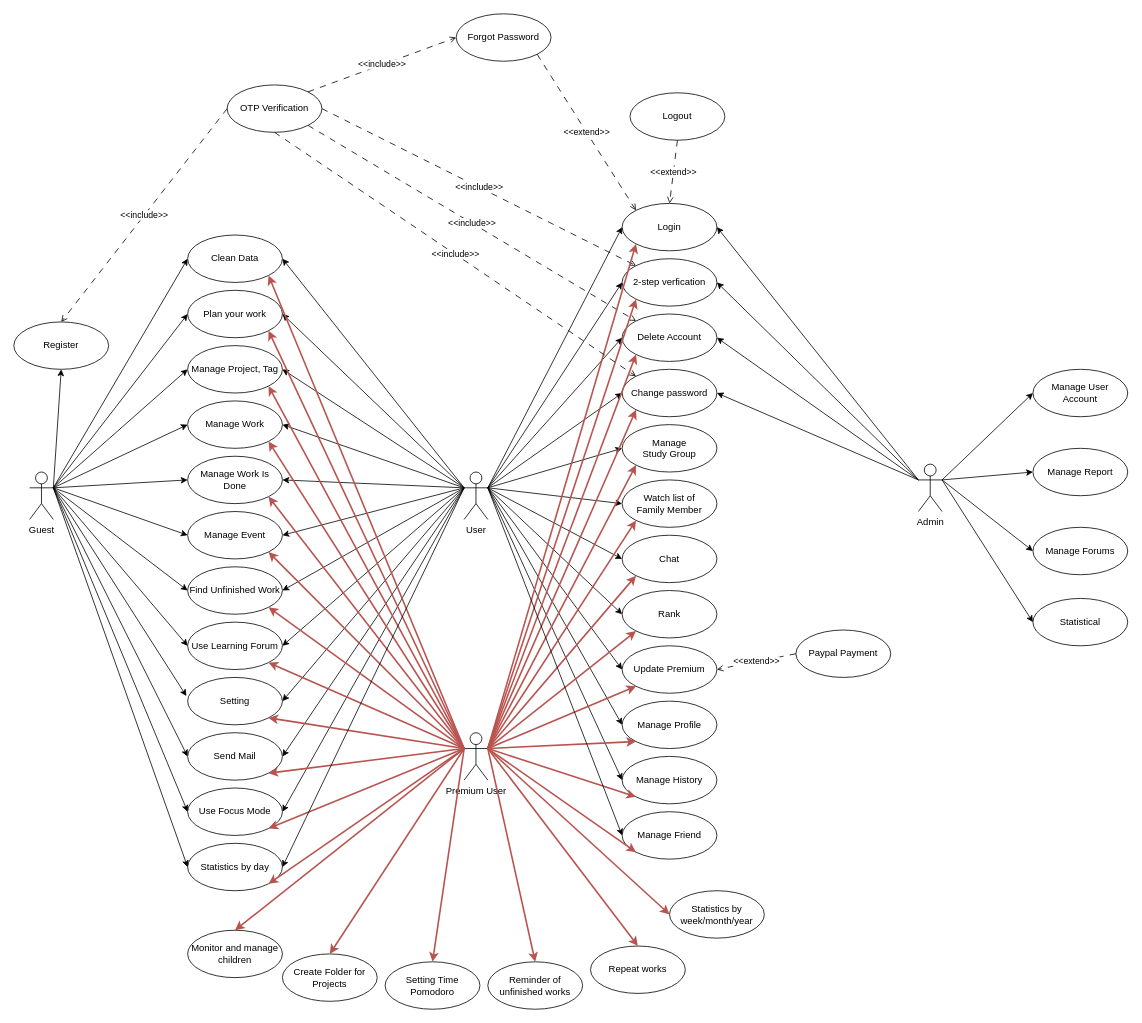
Above: UseCase/UseCase.drawio in Enochhhh/AppSmartStudyHub (draw.io), before the change. Source tidied: cells renumbered, new cells numbered last; positions are measured from the earlier drawing's top-left corner, leaving out a move shared by most shapes. Both pictures are drawn from the tidied source at 79%, with x=0, y=0 at pixel (13, 13).
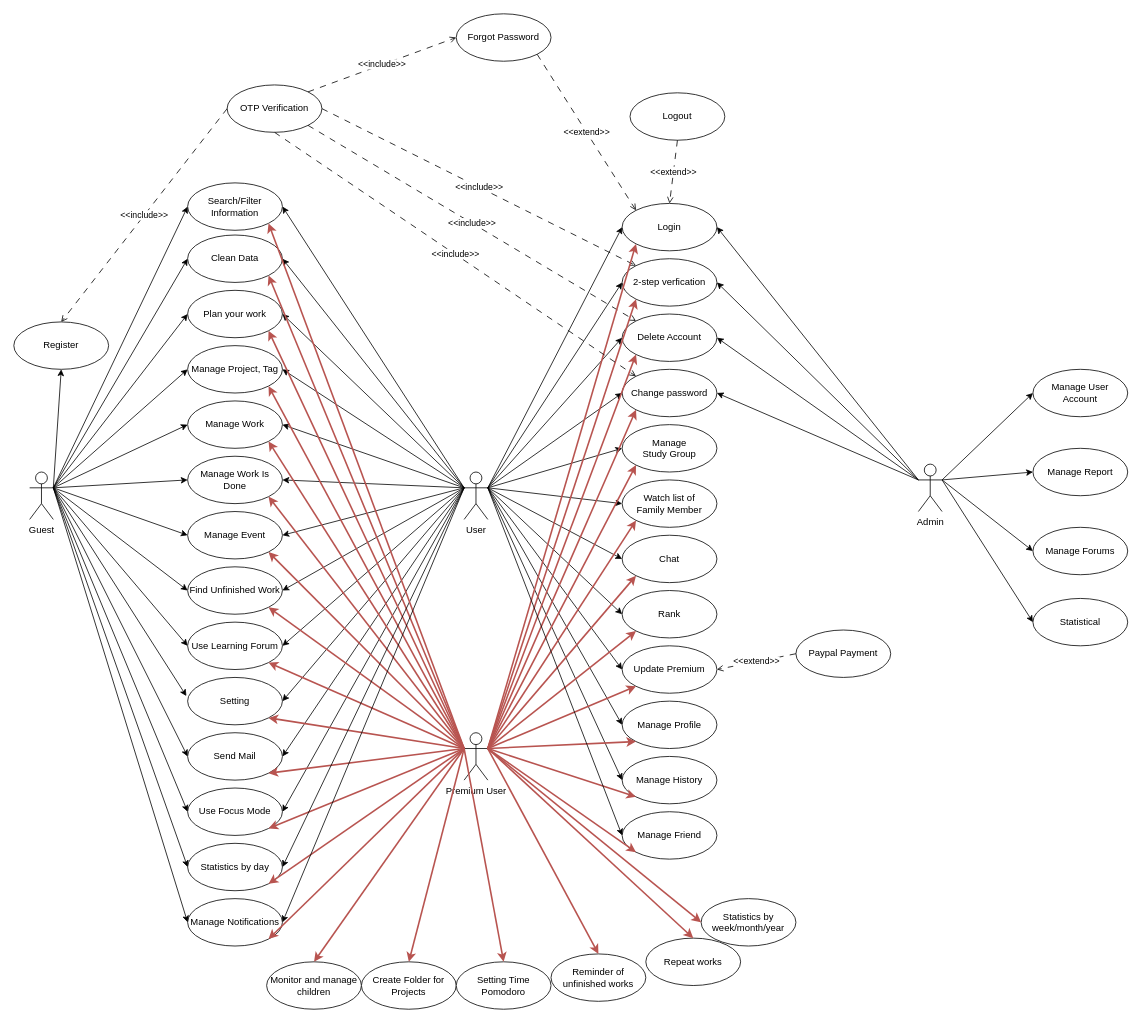
The same diagram, later.

Commit message (it also covers changes not shown here):
Update Use Case

Unchanged cells that the change refers to:
```xml
<mxCell id="2" value="Guest&lt;br&gt;" style="shape=umlActor;verticalLabelPosition=bottom;verticalAlign=top;html=1;outlineConnect=0;" parent="1" vertex="1">
  <mxGeometry x="20" y="580" width="30" height="60" as="geometry" />
</mxCell>
<mxCell id="3" value="User" style="shape=umlActor;verticalLabelPosition=bottom;verticalAlign=top;html=1;outlineConnect=0;" parent="1" vertex="1">
  <mxGeometry x="570" y="580" width="30" height="60" as="geometry" />
</mxCell>
<mxCell id="4" value="Premium User" style="shape=umlActor;verticalLabelPosition=bottom;verticalAlign=top;html=1;outlineConnect=0;" parent="1" vertex="1">
  <mxGeometry x="570" y="910" width="30" height="60" as="geometry" />
</mxCell>
```

The edit, as a diff of the source:
```diff
@@
     <mxCell id="108" value="Monitor and manage&lt;br&gt;children" style="ellipse;whiteSpace=wrap;html=1;" parent="1" vertex="1">
-      <mxGeometry x="220" y="1160" width="120" height="60" as="geometry" />
+      <mxGeometry x="320" y="1200" width="120" height="60" as="geometry" />
     </mxCell>
@@
     <mxCell id="114" value="Create Folder for&lt;br&gt;Projects" style="ellipse;whiteSpace=wrap;html=1;" parent="1" vertex="1">
-      <mxGeometry x="340" y="1190" width="120" height="60" as="geometry" />
+      <mxGeometry x="440" y="1200" width="120" height="60" as="geometry" />
     </mxCell>
@@
     <mxCell id="116" value="Setting Time&lt;br&gt;Pomodoro" style="ellipse;whiteSpace=wrap;html=1;" parent="1" vertex="1">
-      <mxGeometry x="470" y="1200" width="120" height="60" as="geometry" />
+      <mxGeometry x="560" y="1200" width="120" height="60" as="geometry" />
     </mxCell>
@@
     <mxCell id="118" value="Reminder of&lt;br&gt;unfinished works" style="ellipse;whiteSpace=wrap;html=1;" parent="1" vertex="1">
-      <mxGeometry x="600" y="1200" width="120" height="60" as="geometry" />
+      <mxGeometry x="680" y="1190" width="120" height="60" as="geometry" />
     </mxCell>
@@
     <mxCell id="120" value="Repeat works" style="ellipse;whiteSpace=wrap;html=1;" parent="1" vertex="1">
-      <mxGeometry x="730" y="1180" width="120" height="60" as="geometry" />
+      <mxGeometry x="800" y="1170" width="120" height="60" as="geometry" />
     </mxCell>
@@
     <mxCell id="125" value="Statistics by week/month/year" style="ellipse;whiteSpace=wrap;html=1;" parent="1" vertex="1">
-      <mxGeometry x="830" y="1110" width="120" height="60" as="geometry" />
+      <mxGeometry x="870" y="1120" width="120" height="60" as="geometry" />
     </mxCell>
@@
+    <mxCell id="128" value="Search/Filter Information" style="ellipse;whiteSpace=wrap;html=1;" parent="1" vertex="1">
+      <mxGeometry x="220" y="214" width="120" height="60" as="geometry" />
+    </mxCell>
+    <mxCell id="129" style="endArrow=classic;html=1;rounded=0;entryX=1;entryY=0.5;entryDx=0;entryDy=0;exitX=0;exitY=0.3333333333333333;exitDx=0;exitDy=0;exitPerimeter=0;" parent="1" edge="1" source="3" target="128">
+      <mxGeometry relative="1" as="geometry" />
+    </mxCell>
+    <mxCell id="130" style="endArrow=classic;html=1;rounded=0;entryX=0;entryY=0.5;entryDx=0;entryDy=0;exitX=1;exitY=0.3333333333333333;exitDx=0;exitDy=0;exitPerimeter=0;" parent="1" edge="1" source="2" target="128">
+      <mxGeometry relative="1" as="geometry" />
+    </mxCell>
+    <mxCell id="131" style="endArrow=classic;html=1;rounded=0;entryX=1;entryY=1;entryDx=0;entryDy=0;fillColor=#f8cecc;strokeColor=#b85450;strokeWidth=2;exitX=0;exitY=0.3333333333333333;exitDx=0;exitDy=0;exitPerimeter=0;" parent="1" edge="1" source="4" target="128">
+      <mxGeometry relative="1" as="geometry" />
+    </mxCell>
+    <mxCell id="132" value="Manage Notifications" style="ellipse;whiteSpace=wrap;html=1;" parent="1" vertex="1">
+      <mxGeometry x="220" y="1120" width="120" height="60" as="geometry" />
+    </mxCell>
+    <mxCell id="133" style="endArrow=classic;html=1;rounded=0;entryX=0;entryY=0.5;entryDx=0;entryDy=0;exitX=1;exitY=0.3333333333333333;exitDx=0;exitDy=0;exitPerimeter=0;" parent="1" edge="1" source="2" target="132">
+      <mxGeometry relative="1" as="geometry" />
+    </mxCell>
+    <mxCell id="134" style="endArrow=classic;html=1;rounded=0;entryX=1;entryY=0.5;entryDx=0;entryDy=0;exitX=0;exitY=0.3333333333333333;exitDx=0;exitDy=0;exitPerimeter=0;" parent="1" edge="1" source="3" target="132">
+      <mxGeometry relative="1" as="geometry" />
+    </mxCell>
+    <mxCell id="135" style="endArrow=classic;html=1;rounded=0;entryX=1;entryY=1;entryDx=0;entryDy=0;exitX=0;exitY=0.3333333333333333;exitDx=0;exitDy=0;exitPerimeter=0;fillColor=#f8cecc;strokeColor=#b85450;strokeWidth=2;" parent="1" edge="1" source="4" target="132">
+      <mxGeometry relative="1" as="geometry" />
+    </mxCell>
```
